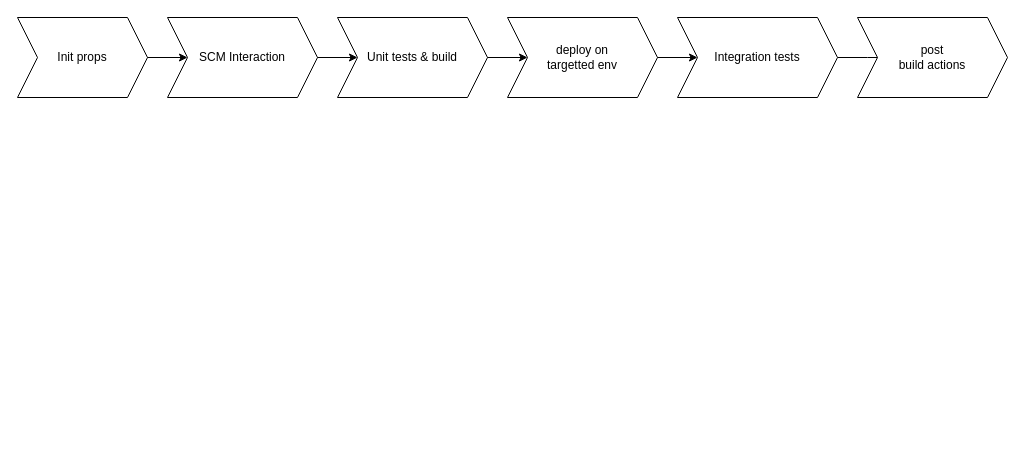
This is Pipeline.drawio from claytonbrown/aws-drawing, a draw.io file, before an edit. Source tidied: cells renumbered, new cells numbered last; positions are measured from the earlier drawing's top-left corner, leaving out a move shared by most shapes. Both pictures are drawn from the tidied source at 100%, with x=0, y=0 at pixel (17, 17).
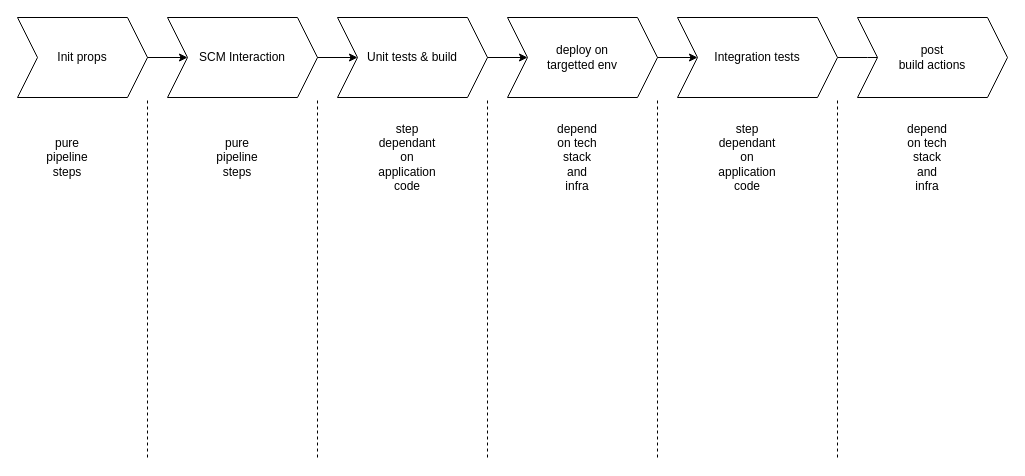
Above is the later version.

What changed in the source:
```diff
@@
+    <mxCell id="13" parent="0" />
+    <mxCell id="14" style="endArrow=none;dashed=1;html=1;" parent="13" edge="1">
+      <mxGeometry relative="1" as="geometry">
+        <mxPoint x="470" y="440" as="sourcePoint" />
+        <mxPoint x="470" y="80" as="targetPoint" />
+      </mxGeometry>
+    </mxCell>
+    <mxCell id="15" style="endArrow=none;dashed=1;html=1;" parent="13" edge="1">
+      <mxGeometry relative="1" as="geometry">
+        <mxPoint x="640" y="440" as="sourcePoint" />
+        <mxPoint x="640" y="80" as="targetPoint" />
+      </mxGeometry>
+    </mxCell>
+    <mxCell id="16" style="endArrow=none;dashed=1;html=1;" parent="13" edge="1">
+      <mxGeometry relative="1" as="geometry">
+        <mxPoint x="820" y="440" as="sourcePoint" />
+        <mxPoint x="820" y="80" as="targetPoint" />
+      </mxGeometry>
+    </mxCell>
+    <mxCell id="17" style="endArrow=none;dashed=1;html=1;" parent="13" edge="1">
+      <mxGeometry relative="1" as="geometry">
+        <mxPoint x="300" y="440" as="sourcePoint" />
+        <mxPoint x="300" y="80" as="targetPoint" />
+      </mxGeometry>
+    </mxCell>
+    <mxCell id="18" style="endArrow=none;dashed=1;html=1;" parent="13" edge="1">
+      <mxGeometry relative="1" as="geometry">
+        <mxPoint x="130" y="440" as="sourcePoint" />
+        <mxPoint x="130" y="80" as="targetPoint" />
+      </mxGeometry>
+    </mxCell>
+    <mxCell id="19" value="pure pipeline steps" style="text;html=1;strokeColor=none;fillColor=none;align=center;verticalAlign=middle;whiteSpace=wrap;rounded=0;" parent="13" vertex="1">
+      <mxGeometry x="30" y="130" width="40" height="20" as="geometry" />
+    </mxCell>
+    <mxCell id="20" value="pure pipeline steps" style="text;html=1;strokeColor=none;fillColor=none;align=center;verticalAlign=middle;whiteSpace=wrap;rounded=0;" parent="13" vertex="1">
+      <mxGeometry x="200" y="130" width="40" height="20" as="geometry" />
+    </mxCell>
+    <mxCell id="21" value="step dependant on application code" style="text;html=1;strokeColor=none;fillColor=none;align=center;verticalAlign=middle;whiteSpace=wrap;rounded=0;" parent="13" vertex="1">
+      <mxGeometry x="370" y="130" width="40" height="20" as="geometry" />
+    </mxCell>
+    <mxCell id="22" value="depend on tech stack and infra" style="text;html=1;strokeColor=none;fillColor=none;align=center;verticalAlign=middle;whiteSpace=wrap;rounded=0;" parent="13" vertex="1">
+      <mxGeometry x="540" y="130" width="40" height="20" as="geometry" />
+    </mxCell>
+    <mxCell id="23" value="step dependant on application code" style="text;html=1;strokeColor=none;fillColor=none;align=center;verticalAlign=middle;whiteSpace=wrap;rounded=0;" parent="13" vertex="1">
+      <mxGeometry x="710" y="130" width="40" height="20" as="geometry" />
+    </mxCell>
+    <mxCell id="24" value="depend on tech stack and infra" style="text;html=1;strokeColor=none;fillColor=none;align=center;verticalAlign=middle;whiteSpace=wrap;rounded=0;" parent="13" vertex="1">
+      <mxGeometry x="890" y="130" width="40" height="20" as="geometry" />
+    </mxCell>
```
